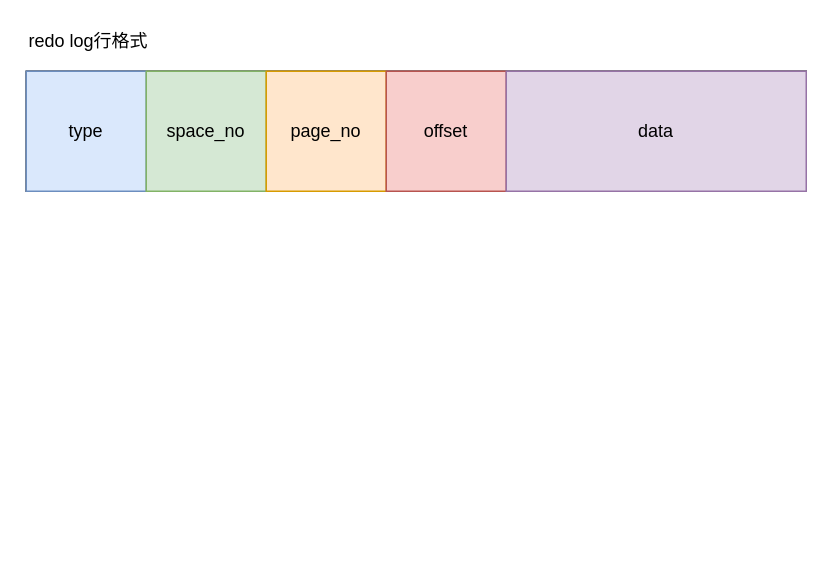
Earlier version of the draw.io diagram redo.drawio (wqfgithub/drawio). Source tidied: cells renumbered, new cells numbered last; positions are measured from the earlier drawing's top-left corner, leaving out a move shared by most shapes. Both pictures are drawn from the tidied source at 150%, with x=0, y=0 at pixel (26, 26).
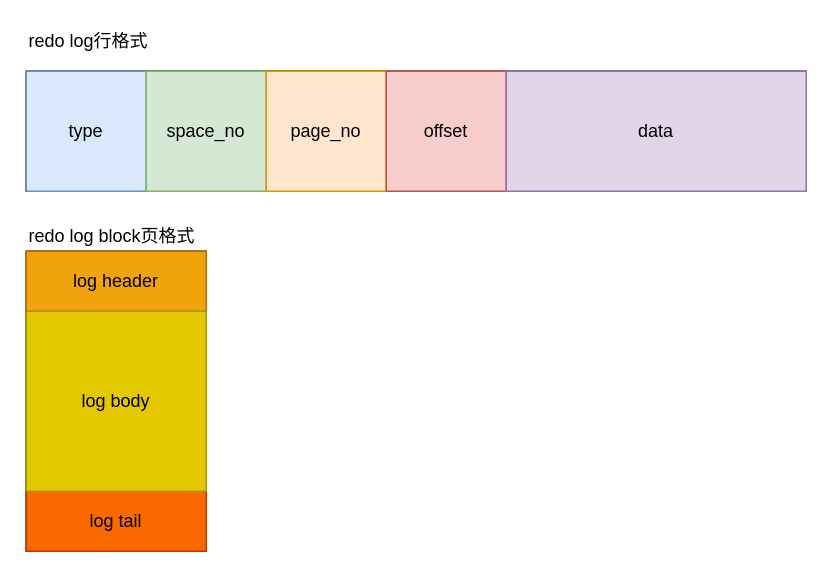
The same diagram, later.

Diff of the diagram source:
```diff
@@
 <mxGraphModel>
   <root>
     <mxCell id="0" />
     <mxCell id="1" parent="0" />
     <mxCell id="2" style="rounded=0;whiteSpace=wrap;html=1;" parent="1" vertex="1">
       <mxGeometry y="30" width="520" height="80" as="geometry" />
     </mxCell>
     <mxCell id="3" value="type" style="rounded=0;whiteSpace=wrap;html=1;fillColor=#dae8fc;strokeColor=#6c8ebf;" parent="1" vertex="1">
       <mxGeometry y="30" width="80" height="80" as="geometry" />
     </mxCell>
     <mxCell id="4" value="space_no" style="rounded=0;whiteSpace=wrap;html=1;fillColor=#d5e8d4;strokeColor=#82b366;" parent="1" vertex="1">
       <mxGeometry x="80" y="30" width="80" height="80" as="geometry" />
     </mxCell>
     <mxCell id="5" value="page_no" style="rounded=0;whiteSpace=wrap;html=1;fillColor=#ffe6cc;strokeColor=#d79b00;" parent="1" vertex="1">
       <mxGeometry x="160" y="30" width="80" height="80" as="geometry" />
     </mxCell>
     <mxCell id="6" value="offset" style="rounded=0;whiteSpace=wrap;html=1;fillColor=#f8cecc;strokeColor=#b85450;" parent="1" vertex="1">
       <mxGeometry x="240" y="30" width="80" height="80" as="geometry" />
     </mxCell>
     <mxCell id="7" value="data" style="rounded=0;whiteSpace=wrap;html=1;fillColor=#e1d5e7;strokeColor=#9673a6;" parent="1" vertex="1">
       <mxGeometry x="320" y="30" width="200" height="80" as="geometry" />
     </mxCell>
     <mxCell id="8" value="redo log行格式" style="text;html=1;strokeColor=none;fillColor=none;align=left;verticalAlign=middle;whiteSpace=wrap;rounded=0;" parent="1" vertex="1">
       <mxGeometry width="130" height="20" as="geometry" />
     </mxCell>
+    <mxCell id="9" style="rounded=0;whiteSpace=wrap;html=1;align=left;" parent="1" vertex="1">
+      <mxGeometry y="150" width="120" height="200" as="geometry" />
+    </mxCell>
+    <mxCell id="10" value="log header" style="rounded=0;whiteSpace=wrap;html=1;align=center;fillColor=#f0a30a;strokeColor=#BD7000;fontColor=#000000;" parent="1" vertex="1">
+      <mxGeometry y="150" width="120" height="40" as="geometry" />
+    </mxCell>
+    <mxCell id="11" value="log tail" style="rounded=0;whiteSpace=wrap;html=1;align=center;fillColor=#fa6800;strokeColor=#C73500;fontColor=#000000;" parent="1" vertex="1">
+      <mxGeometry y="310" width="120" height="40" as="geometry" />
+    </mxCell>
+    <mxCell id="12" value="log body" style="rounded=0;whiteSpace=wrap;html=1;align=center;fillColor=#e3c800;strokeColor=#B09500;fontColor=#000000;" parent="1" vertex="1">
+      <mxGeometry y="190" width="120" height="120" as="geometry" />
+    </mxCell>
+    <mxCell id="13" value="redo log block页格式" style="text;html=1;strokeColor=none;fillColor=none;align=left;verticalAlign=middle;whiteSpace=wrap;rounded=0;" parent="1" vertex="1">
+      <mxGeometry y="130" width="130" height="20" as="geometry" />
+    </mxCell>
   </root>
 </mxGraphModel>
```
